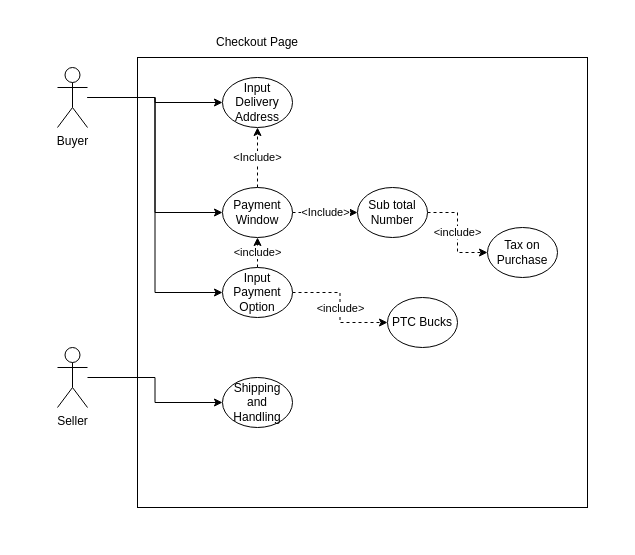
Before: CheckoutPageUCD.drawio in AlexTheVeil/IntrotoSEProject, a draw.io diagram. Source tidied: cells renumbered, new cells numbered last; positions are measured from the earlier drawing's top-left corner, leaving out a move shared by most shapes. Both pictures are drawn from the tidied source at 100%, with x=0, y=0 at pixel (57, 27).
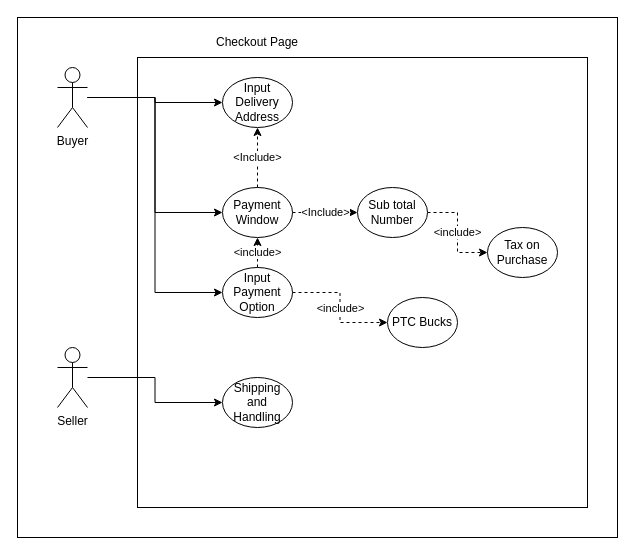
The same page after the edit.

What changed in the source:
```diff
@@
+    <mxCell id="22" style="rounded=0;whiteSpace=wrap;html=1;" parent="1" vertex="1">
+      <mxGeometry x="-40" y="-10" width="600" height="520" as="geometry" />
+    </mxCell>
```
